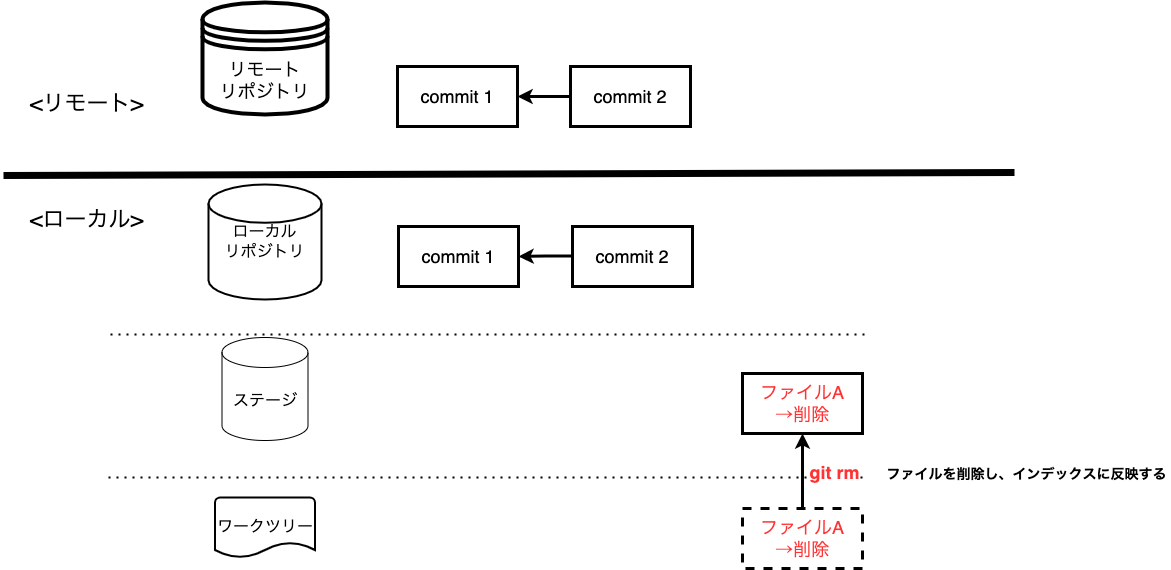
This is assets/image/Git勉強会_コマンドイメージ図-rm.drawio.png from irongineer/learning-git-for-team, a draw.io export, as it was before one commit. Source tidied: cells renumbered, new cells last; positions are measured from the earlier drawing's top-left corner, leaving out a move shared by most shapes.
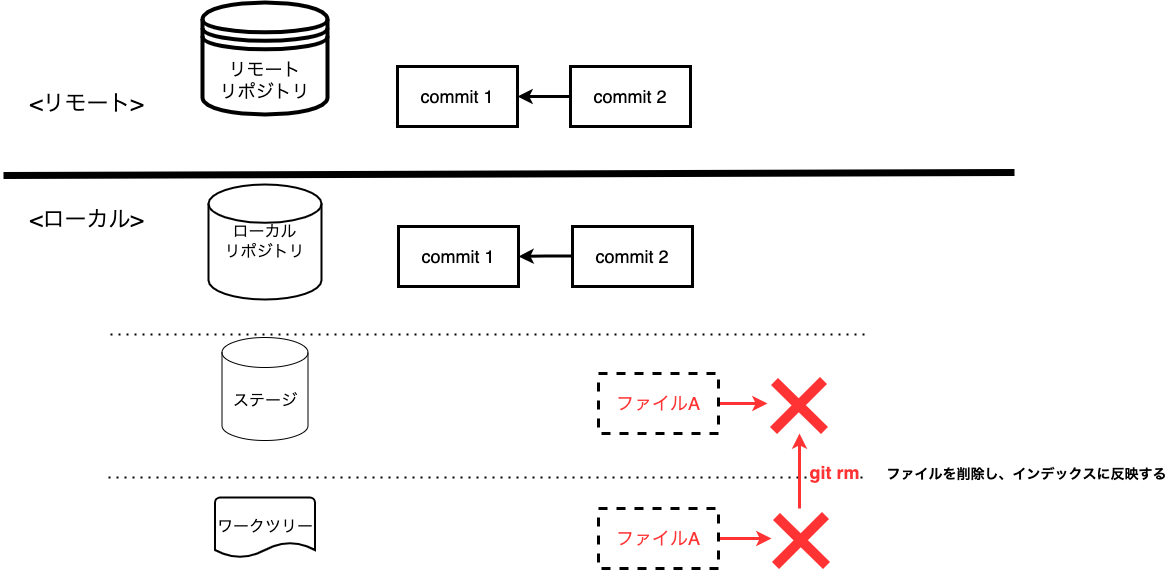
The same file after the commit.

The edit, as a diff of the source:
```diff
@@ -26,8 +26,11 @@
     <mxCell id="6" value="&lt;font style=&quot;font-size: 22px&quot;&gt;&amp;lt;リモート&amp;gt;&lt;/font&gt;" style="text;html=1;align=center;verticalAlign=middle;strokeColor=none;fillColor=none;" parent="1" vertex="1">
       <mxGeometry x="21" y="91" width="124" height="21" as="geometry" />
     </mxCell>
-    <mxCell id="7" style="edgeStyle=orthogonalEdgeStyle;rounded=0;jettySize=auto;html=1;fontSize=18;strokeWidth=3;entryX=0.5;entryY=1;entryDx=0;entryDy=0;exitX=0.5;exitY=0;exitDx=0;exitDy=0;" parent="1" edge="1" source="12" target="13">
-      <mxGeometry relative="1" as="geometry" />
+    <mxCell id="7" style="edgeStyle=orthogonalEdgeStyle;rounded=0;orthogonalLoop=1;jettySize=auto;html=1;fontSize=18;strokeWidth=3;entryX=0.5;entryY=1;entryDx=0;entryDy=0;exitX=0.5;exitY=0;exitDx=0;exitDy=0;strokeColor=#FF3333;" parent="1" edge="1">
+      <mxGeometry relative="1" as="geometry">
+        <mxPoint x="796" y="506" as="sourcePoint" />
+        <mxPoint x="796" y="431" as="targetPoint" />
+      </mxGeometry>
     </mxCell>
     <mxCell id="8" value="ローカル&lt;br&gt;リポジトリ" style="strokeWidth=2;html=1;shape=mxgraph.flowchart.database;whiteSpace=wrap;fontSize=16;" parent="1" vertex="1">
       <mxGeometry x="205" y="182" width="113" height="115" as="geometry" />
@@ -41,12 +44,6 @@
     <mxCell id="11" value="リモート&lt;br style=&quot;font-size: 18px;&quot;&gt;リポジトリ" style="shape=datastore;whiteSpace=wrap;html=1;fontSize=18;strokeWidth=4;" parent="1" vertex="1">
       <mxGeometry x="199" width="125" height="112" as="geometry" />
     </mxCell>
-    <mxCell id="12" value="ファイルA&lt;br&gt;→削除" style="whiteSpace=wrap;html=1;fontSize=18;fontColor=#FF3333;strokeWidth=3;dashed=1;" parent="1" vertex="1">
-      <mxGeometry x="739" y="506" width="120" height="60" as="geometry" />
-    </mxCell>
-    <mxCell id="13" value="ファイルA&lt;br&gt;→削除" style="whiteSpace=wrap;html=1;fontSize=18;fontColor=#FF3333;strokeWidth=3;" parent="1" vertex="1">
-      <mxGeometry x="739" y="371" width="120" height="60" as="geometry" />
-    </mxCell>
     <mxCell id="14" value="&lt;font color=&quot;#000000&quot;&gt;commit 1&lt;/font&gt;" style="whiteSpace=wrap;html=1;fontSize=18;fontColor=#FF3333;strokeWidth=3;" parent="1" vertex="1">
       <mxGeometry x="394" y="64" width="120" height="60" as="geometry" />
     </mxCell>
@@ -75,5 +72,45 @@
     <mxCell id="21" value="&lt;font color=&quot;#ff3333&quot;&gt;&lt;b&gt;git rm&lt;/b&gt;&lt;/font&gt;" style="edgeLabel;html=1;align=center;verticalAlign=middle;fontSize=18;" parent="1" vertex="1">
       <mxGeometry x="830" y="469" as="geometry" />
     </mxCell>
+    <mxCell id="22" style="edgeStyle=orthogonalEdgeStyle;rounded=0;jettySize=auto;html=1;exitX=1;exitY=0.5;exitDx=0;exitDy=0;fontSize=18;fontColor=#000000;strokeColor=#FF3333;strokeWidth=3;" parent="1" edge="1" source="23">
+      <mxGeometry relative="1" as="geometry">
+        <mxPoint x="768" y="536" as="targetPoint" />
+      </mxGeometry>
+    </mxCell>
+    <mxCell id="23" value="ファイルA" style="whiteSpace=wrap;html=1;fontSize=18;fontColor=#FF3333;strokeWidth=3;dashed=1;" parent="1" vertex="1">
+      <mxGeometry x="595" y="506" width="120" height="60" as="geometry" />
+    </mxCell>
+    <mxCell id="24" style="edgeStyle=orthogonalEdgeStyle;rounded=0;jettySize=auto;html=1;exitX=1;exitY=0.5;exitDx=0;exitDy=0;fontSize=18;fontColor=#000000;strokeColor=#FF3333;strokeWidth=3;" parent="1" edge="1" source="25">
+      <mxGeometry relative="1" as="geometry">
+        <mxPoint x="764" y="401" as="targetPoint" />
+      </mxGeometry>
+    </mxCell>
+    <mxCell id="25" value="ファイルA" style="whiteSpace=wrap;html=1;fontSize=18;fontColor=#FF3333;strokeWidth=3;dashed=1;" parent="1" vertex="1">
+      <mxGeometry x="595" y="371" width="120" height="60" as="geometry" />
+    </mxCell>
+    <mxCell id="26" style="endArrow=none;html=1;rounded=0;fontSize=18;fontColor=#000000;strokeColor=#FF3333;strokeWidth=10;" parent="1" edge="1">
+      <mxGeometry relative="1" as="geometry">
+        <mxPoint x="770" y="428" as="sourcePoint" />
+        <mxPoint x="820" y="378" as="targetPoint" />
+      </mxGeometry>
+    </mxCell>
+    <mxCell id="27" style="endArrow=none;html=1;rounded=0;fontSize=18;fontColor=#000000;strokeColor=#FF3333;strokeWidth=10;" parent="1" edge="1">
+      <mxGeometry relative="1" as="geometry">
+        <mxPoint x="821" y="428" as="sourcePoint" />
+        <mxPoint x="771" y="379" as="targetPoint" />
+      </mxGeometry>
+    </mxCell>
+    <mxCell id="28" style="endArrow=none;html=1;rounded=0;fontSize=18;fontColor=#000000;strokeColor=#FF3333;strokeWidth=10;" parent="1" edge="1">
+      <mxGeometry relative="1" as="geometry">
+        <mxPoint x="772" y="563" as="sourcePoint" />
+        <mxPoint x="822" y="513" as="targetPoint" />
+      </mxGeometry>
+    </mxCell>
+    <mxCell id="29" style="endArrow=none;html=1;rounded=0;fontSize=18;fontColor=#000000;strokeColor=#FF3333;strokeWidth=10;" parent="1" edge="1">
+      <mxGeometry relative="1" as="geometry">
+        <mxPoint x="823" y="563" as="sourcePoint" />
+        <mxPoint x="773" y="514" as="targetPoint" />
+      </mxGeometry>
+    </mxCell>
   </root>
 </mxGraphModel>
```
